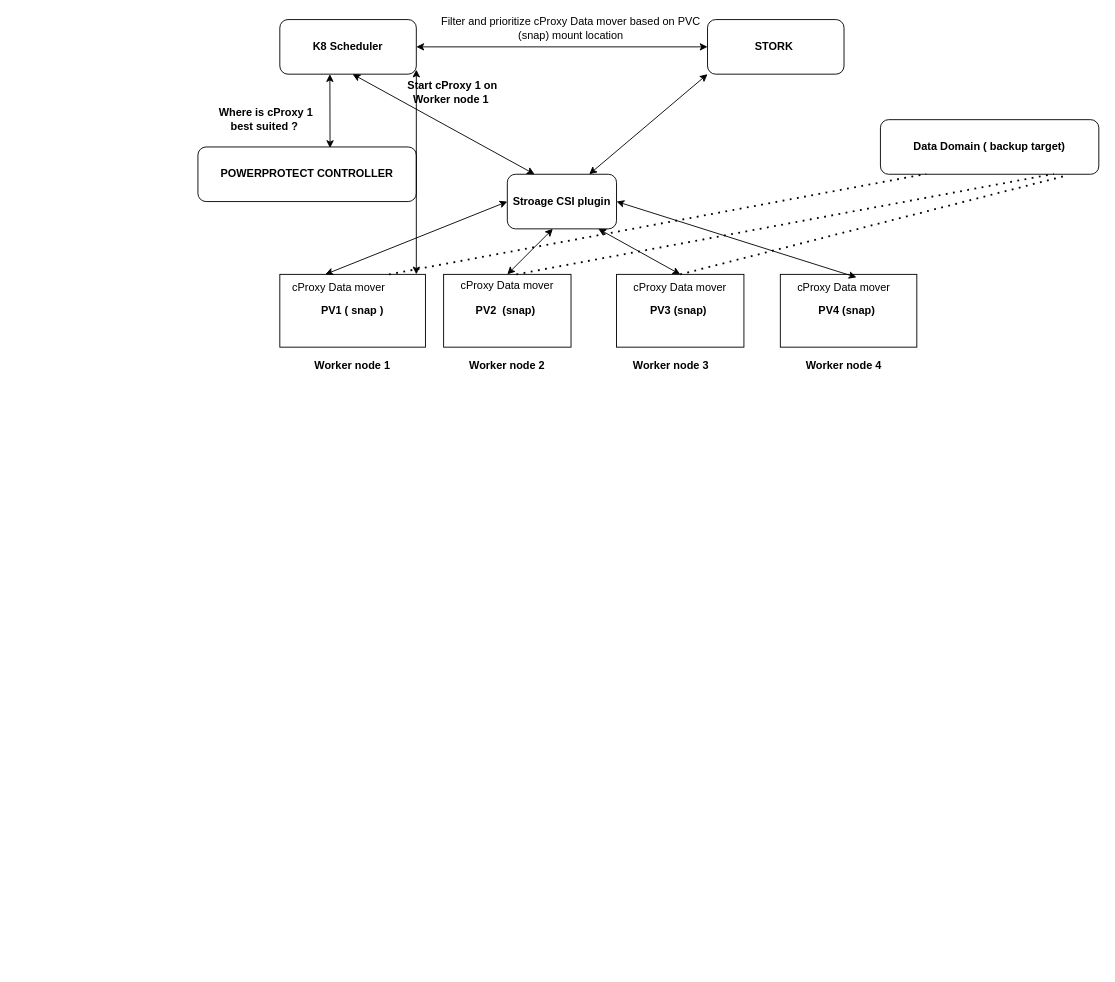
Above: STORK_K8.drawio in anandreddy86/StoragePerfDocs (draw.io), before the change. Source tidied: cells renumbered, new cells numbered last; positions are measured from the earlier drawing's top-left corner, leaving out a move shared by most shapes. Both pictures are drawn from the tidied source at 91%, with x=0, y=0 at pixel (197, 19).
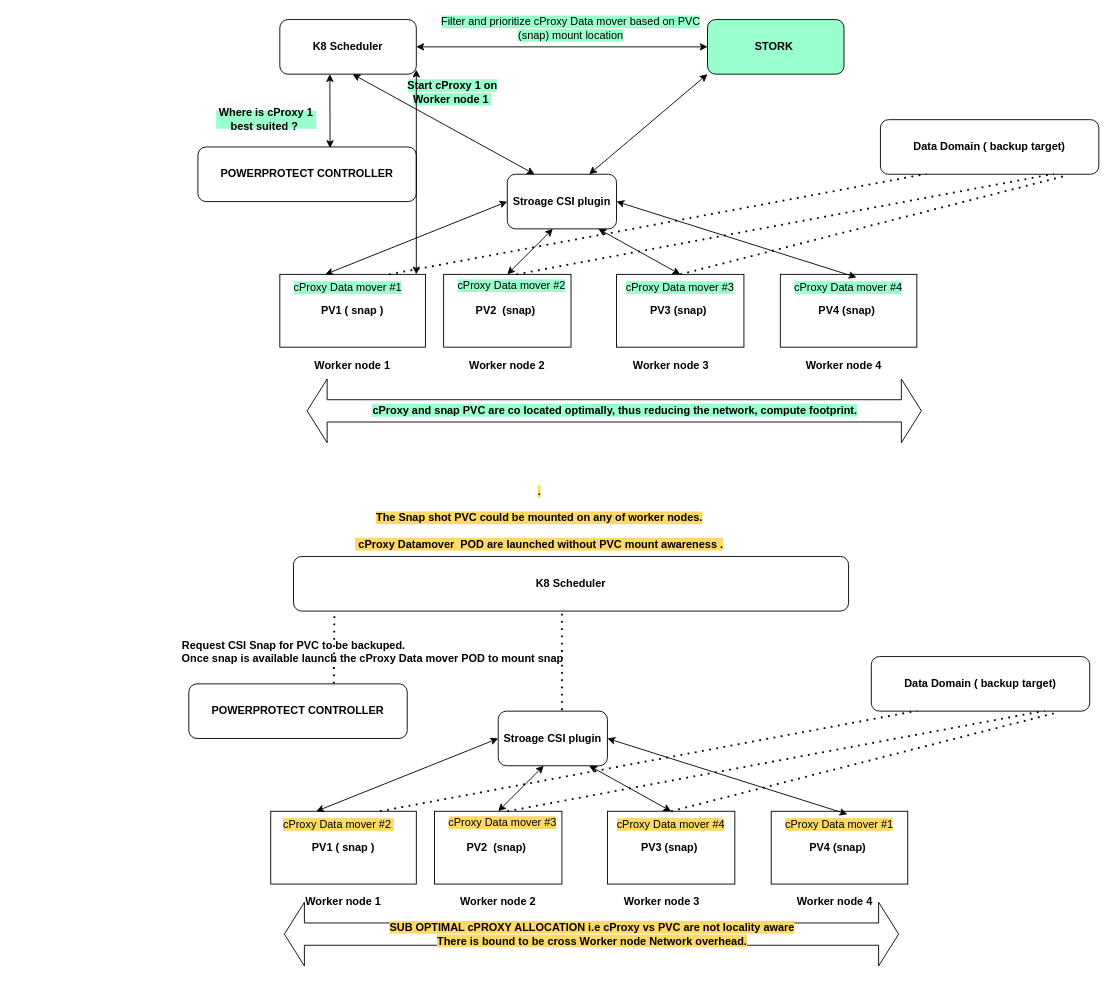
Above is the later version.

The edit, as a diff of the source:
```diff
@@
-    <mxCell id="3" value="&lt;b&gt;STORK&amp;nbsp;&lt;/b&gt;" style="rounded=1;whiteSpace=wrap;html=1;" parent="1" vertex="1">
+    <mxCell id="3" value="&lt;b&gt;STORK&amp;nbsp;&lt;/b&gt;" style="rounded=1;whiteSpace=wrap;html=1;fillColor=#99FFCC;" parent="1" vertex="1">
       <mxGeometry x="560" width="150" height="60" as="geometry" />
     </mxCell>
@@
-    <mxCell id="9" value="cProxy Data mover" style="text;html=1;strokeColor=none;fillColor=none;align=center;verticalAlign=middle;whiteSpace=wrap;rounded=0;" parent="1" vertex="1">
-      <mxGeometry x="100" y="290" width="110" height="10" as="geometry" />
+    <mxCell id="9" value="&lt;span style=&quot;background-color: rgb(153 , 255 , 204)&quot;&gt;cProxy Data mover #1&lt;/span&gt;" style="text;html=1;strokeColor=none;fillColor=none;align=center;verticalAlign=middle;whiteSpace=wrap;rounded=0;" parent="1" vertex="1">
+      <mxGeometry x="100" y="290" width="130" height="10" as="geometry" />
     </mxCell>
@@
-    <mxCell id="11" value="cProxy Data mover" style="text;html=1;strokeColor=none;fillColor=none;align=center;verticalAlign=middle;whiteSpace=wrap;rounded=0;" parent="1" vertex="1">
-      <mxGeometry x="280" y="285" width="120" height="15" as="geometry" />
+    <mxCell id="11" value="&lt;span style=&quot;background-color: rgb(153 , 255 , 204)&quot;&gt;cProxy Data mover #2&lt;/span&gt;" style="text;html=1;strokeColor=none;fillColor=none;align=center;verticalAlign=middle;whiteSpace=wrap;rounded=0;" parent="1" vertex="1">
+      <mxGeometry x="280" y="285" width="130" height="15" as="geometry" />
     </mxCell>
@@
-    <mxCell id="13" value="cProxy Data mover" style="text;html=1;strokeColor=none;fillColor=none;align=center;verticalAlign=middle;whiteSpace=wrap;rounded=0;" parent="1" vertex="1">
+    <mxCell id="13" value="&lt;span style=&quot;background-color: rgb(153 , 255 , 204)&quot;&gt;cProxy Data mover #3&lt;/span&gt;" style="text;html=1;strokeColor=none;fillColor=none;align=center;verticalAlign=middle;whiteSpace=wrap;rounded=0;" parent="1" vertex="1">
       <mxGeometry x="465" y="285" width="130" height="20" as="geometry" />
     </mxCell>
@@
-    <mxCell id="15" value="cProxy Data mover" style="text;html=1;strokeColor=none;fillColor=none;align=center;verticalAlign=middle;whiteSpace=wrap;rounded=0;" parent="1" vertex="1">
-      <mxGeometry x="650" y="285" width="120" height="20" as="geometry" />
+    <mxCell id="15" value="&lt;span style=&quot;background-color: rgb(153 , 255 , 204)&quot;&gt;cProxy Data mover #4&lt;/span&gt;" style="text;html=1;strokeColor=none;fillColor=none;align=center;verticalAlign=middle;whiteSpace=wrap;rounded=0;" parent="1" vertex="1">
+      <mxGeometry x="650" y="285" width="130" height="20" as="geometry" />
     </mxCell>
@@
-    <mxCell id="29" value="Filter and prioritize cProxy Data mover based on PVC (snap) mount location" style="text;html=1;strokeColor=none;fillColor=none;align=center;verticalAlign=middle;whiteSpace=wrap;rounded=0;" parent="1" vertex="1">
+    <mxCell id="29" value="&lt;span style=&quot;background-color: rgb(153 , 255 , 204)&quot;&gt;Filter and prioritize cProxy Data mover based on PVC (snap) mount location&lt;/span&gt;" style="text;html=1;strokeColor=none;fillColor=none;align=center;verticalAlign=middle;whiteSpace=wrap;rounded=0;" parent="1" vertex="1">
       <mxGeometry x="260" width="300" height="20" as="geometry" />
     </mxCell>
@@
-    <mxCell id="31" value="&lt;b&gt;Start cProxy 1 on Worker node 1&amp;nbsp;&lt;/b&gt;" style="text;html=1;strokeColor=none;fillColor=none;align=center;verticalAlign=middle;whiteSpace=wrap;rounded=0;" parent="1" vertex="1">
+    <mxCell id="31" value="&lt;b style=&quot;background-color: rgb(153 , 255 , 204)&quot;&gt;Start cProxy 1 on Worker node 1&amp;nbsp;&lt;/b&gt;" style="text;html=1;strokeColor=none;fillColor=none;align=center;verticalAlign=middle;whiteSpace=wrap;rounded=0;" parent="1" vertex="1">
       <mxGeometry x="210" y="70" width="140" height="20" as="geometry" />
     </mxCell>
-    <mxCell id="32" value="&lt;b&gt;Where is cProxy 1 best suited ?&amp;nbsp;&lt;/b&gt;" style="text;html=1;strokeColor=none;fillColor=none;align=center;verticalAlign=middle;whiteSpace=wrap;rounded=0;" parent="1" vertex="1">
+    <mxCell id="32" value="&lt;b&gt;Where is cProxy 1 best suited ?&amp;nbsp;&lt;/b&gt;" style="text;html=1;strokeColor=none;fillColor=#99FFCC;align=center;verticalAlign=middle;whiteSpace=wrap;rounded=0;" parent="1" vertex="1">
       <mxGeometry x="20" y="100" width="110" height="20" as="geometry" />
     </mxCell>
@@
+    <mxCell id="34" value="&lt;b&gt;K8 Scheduler&lt;/b&gt;" style="rounded=1;whiteSpace=wrap;html=1;" parent="1" vertex="1">
+      <mxGeometry x="105" y="590" width="610" height="60" as="geometry" />
+    </mxCell>
+    <mxCell id="35" value="&lt;b&gt;Stroage CSI plugin&lt;/b&gt;" style="rounded=1;whiteSpace=wrap;html=1;" parent="1" vertex="1">
+      <mxGeometry x="330" y="760" width="120" height="60" as="geometry" />
+    </mxCell>
+    <mxCell id="36" value="&lt;b&gt;PV1 ( snap )&lt;/b&gt;" style="rounded=0;whiteSpace=wrap;html=1;" parent="1" vertex="1">
+      <mxGeometry x="80" y="870" width="160" height="80" as="geometry" />
+    </mxCell>
+    <mxCell id="37" value="&lt;span style=&quot;background-color: rgb(255 , 217 , 102)&quot;&gt;cProxy Data mover #2&amp;nbsp;&lt;/span&gt;" style="text;html=1;strokeColor=none;fillColor=none;align=center;verticalAlign=middle;whiteSpace=wrap;rounded=0;" parent="1" vertex="1">
+      <mxGeometry x="90" y="880" width="130" height="10" as="geometry" />
+    </mxCell>
+    <mxCell id="38" value="&lt;b&gt;PV2&amp;nbsp; (snap)&amp;nbsp;&lt;/b&gt;" style="rounded=0;whiteSpace=wrap;html=1;" parent="1" vertex="1">
+      <mxGeometry x="260" y="870" width="140" height="80" as="geometry" />
+    </mxCell>
+    <mxCell id="39" value="&lt;span style=&quot;background-color: rgb(255 , 217 , 102)&quot;&gt;cProxy Data mover #3&lt;/span&gt;" style="text;html=1;strokeColor=none;fillColor=none;align=center;verticalAlign=middle;whiteSpace=wrap;rounded=0;" parent="1" vertex="1">
+      <mxGeometry x="270" y="875" width="130" height="15" as="geometry" />
+    </mxCell>
+    <mxCell id="40" value="&lt;b&gt;PV3 (snap)&amp;nbsp;&lt;/b&gt;" style="rounded=0;whiteSpace=wrap;html=1;" parent="1" vertex="1">
+      <mxGeometry x="450" y="870" width="140" height="80" as="geometry" />
+    </mxCell>
+    <mxCell id="41" value="&lt;span style=&quot;background-color: rgb(255 , 217 , 102)&quot;&gt;cProxy Data mover #4&lt;/span&gt;" style="text;html=1;strokeColor=none;fillColor=none;align=center;verticalAlign=middle;whiteSpace=wrap;rounded=0;" parent="1" vertex="1">
+      <mxGeometry x="455" y="875" width="130" height="20" as="geometry" />
+    </mxCell>
+    <mxCell id="42" value="&lt;b&gt;PV4 (snap)&amp;nbsp;&lt;/b&gt;" style="rounded=0;whiteSpace=wrap;html=1;" parent="1" vertex="1">
+      <mxGeometry x="630" y="870" width="150" height="80" as="geometry" />
+    </mxCell>
+    <mxCell id="43" value="&lt;span style=&quot;background-color: rgb(255 , 217 , 102)&quot;&gt;cProxy Data mover #1&lt;/span&gt;" style="text;html=1;strokeColor=none;fillColor=none;align=center;verticalAlign=middle;whiteSpace=wrap;rounded=0;" parent="1" vertex="1">
+      <mxGeometry x="640" y="875" width="130" height="20" as="geometry" />
+    </mxCell>
+    <mxCell id="44" value="&lt;b&gt;POWERPROTECT CONTROLLER&lt;/b&gt;" style="rounded=1;whiteSpace=wrap;html=1;" parent="1" vertex="1">
+      <mxGeometry x="-10" y="730" width="240" height="60" as="geometry" />
+    </mxCell>
+    <mxCell id="45" style="endArrow=classic;startArrow=classic;html=1;entryX=0;entryY=0.5;entryDx=0;entryDy=0;" parent="1" edge="1" target="35">
+      <mxGeometry relative="1" as="geometry">
+        <mxPoint x="130" y="870" as="sourcePoint" />
+      </mxGeometry>
+    </mxCell>
+    <mxCell id="46" style="endArrow=classic;startArrow=classic;html=1;" parent="1" edge="1">
+      <mxGeometry relative="1" as="geometry">
+        <mxPoint x="330" y="870" as="sourcePoint" />
+        <mxPoint x="380" y="820" as="targetPoint" />
+      </mxGeometry>
+    </mxCell>
+    <mxCell id="47" style="endArrow=classic;startArrow=classic;html=1;exitX=0.5;exitY=0;exitDx=0;exitDy=0;" parent="1" edge="1" source="40">
+      <mxGeometry relative="1" as="geometry">
+        <mxPoint x="430" y="820" as="targetPoint" />
+      </mxGeometry>
+    </mxCell>
+    <mxCell id="48" style="endArrow=classic;startArrow=classic;html=1;entryX=0.558;entryY=0.041;entryDx=0;entryDy=0;entryPerimeter=0;" parent="1" edge="1" target="42">
+      <mxGeometry relative="1" as="geometry">
+        <mxPoint x="450" y="790" as="sourcePoint" />
+      </mxGeometry>
+    </mxCell>
+    <mxCell id="49" value="&lt;b&gt;Data Domain ( backup target)&lt;/b&gt;" style="rounded=1;whiteSpace=wrap;html=1;" parent="1" vertex="1">
+      <mxGeometry x="740" y="700" width="240" height="60" as="geometry" />
+    </mxCell>
+    <mxCell id="50" value="&lt;b&gt;Worker node 1&lt;/b&gt;" style="text;html=1;strokeColor=none;fillColor=none;align=center;verticalAlign=middle;whiteSpace=wrap;rounded=0;" parent="1" vertex="1">
+      <mxGeometry x="110" y="960" width="100" height="20" as="geometry" />
+    </mxCell>
+    <mxCell id="51" value="&lt;b&gt;Worker node 2&lt;/b&gt;" style="text;html=1;strokeColor=none;fillColor=none;align=center;verticalAlign=middle;whiteSpace=wrap;rounded=0;" parent="1" vertex="1">
+      <mxGeometry x="280" y="960" width="100" height="20" as="geometry" />
+    </mxCell>
+    <mxCell id="52" value="&lt;b&gt;Worker node 3&lt;/b&gt;" style="text;html=1;strokeColor=none;fillColor=none;align=center;verticalAlign=middle;whiteSpace=wrap;rounded=0;" parent="1" vertex="1">
+      <mxGeometry x="460" y="960" width="100" height="20" as="geometry" />
+    </mxCell>
+    <mxCell id="53" value="&lt;b&gt;Worker node 4&lt;/b&gt;" style="text;html=1;strokeColor=none;fillColor=none;align=center;verticalAlign=middle;whiteSpace=wrap;rounded=0;" parent="1" vertex="1">
+      <mxGeometry x="650" y="960" width="100" height="20" as="geometry" />
+    </mxCell>
+    <mxCell id="54" style="endArrow=none;dashed=1;html=1;dashPattern=1 3;strokeWidth=2;entryX=0.21;entryY=0.993;entryDx=0;entryDy=0;entryPerimeter=0;" parent="1" edge="1" target="49">
+      <mxGeometry relative="1" as="geometry">
+        <mxPoint x="200" y="870" as="sourcePoint" />
+      </mxGeometry>
+    </mxCell>
+    <mxCell id="55" style="endArrow=none;dashed=1;html=1;dashPattern=1 3;strokeWidth=2;entryX=0.21;entryY=0.993;entryDx=0;entryDy=0;entryPerimeter=0;" parent="1" edge="1">
+      <mxGeometry relative="1" as="geometry">
+        <mxPoint x="340" y="870" as="sourcePoint" />
+        <mxPoint x="930.4" y="759.6" as="targetPoint" />
+      </mxGeometry>
+    </mxCell>
+    <mxCell id="56" style="endArrow=none;dashed=1;html=1;dashPattern=1 3;strokeWidth=2;entryX=0.839;entryY=1.037;entryDx=0;entryDy=0;entryPerimeter=0;" parent="1" edge="1" target="49">
+      <mxGeometry relative="1" as="geometry">
+        <mxPoint x="520" y="870" as="sourcePoint" />
+      </mxGeometry>
+    </mxCell>
+    <mxCell id="57" value="&lt;b&gt;&lt;span style=&quot;background-color: rgb(255 , 255 , 255)&quot;&gt;Request CSI Snap for PVC to be backuped.&lt;br&gt;&amp;nbsp; &amp;nbsp; &amp;nbsp; &amp;nbsp; &amp;nbsp; &amp;nbsp; &amp;nbsp; &amp;nbsp; &amp;nbsp; &amp;nbsp; &amp;nbsp; &amp;nbsp; &amp;nbsp; &amp;nbsp; &amp;nbsp; &amp;nbsp; &amp;nbsp; &amp;nbsp; &amp;nbsp; &amp;nbsp; &amp;nbsp; &amp;nbsp; &amp;nbsp; &amp;nbsp; &amp;nbsp; &amp;nbsp; Once snap is available launch the cProxy Data mover POD to mount snap&lt;/span&gt;&lt;br&gt;&lt;/b&gt;" style="text;html=1;align=center;verticalAlign=middle;" parent="1" vertex="1">
+      <mxGeometry x="-200" y="680" width="610" height="30" as="geometry" />
+    </mxCell>
+    <mxCell id="58" value="&lt;span style=&quot;background-color: rgb(255 , 217 , 102)&quot;&gt;&lt;b&gt;.&lt;br&gt;&lt;br&gt;The Snap shot PVC could be mounted on any of worker nodes.&lt;br&gt;&lt;br&gt;&lt;/b&gt;&lt;b&gt;&amp;nbsp;cProxy Datamover&amp;nbsp; POD are launched without PVC mount awareness&lt;/b&gt;&lt;/span&gt;&lt;b&gt;&lt;span style=&quot;background-color: rgb(255 , 217 , 102)&quot;&gt;&amp;nbsp;.&lt;br&gt;&lt;/span&gt;&lt;br&gt;&lt;/b&gt;" style="text;html=1;align=center;verticalAlign=middle;" parent="1" vertex="1">
+      <mxGeometry x="165" y="510" width="420" height="90" as="geometry" />
+    </mxCell>
+    <mxCell id="59" style="endArrow=none;dashed=1;html=1;dashPattern=1 3;strokeWidth=2;exitX=0.584;exitY=-0.019;exitDx=0;exitDy=0;exitPerimeter=0;" parent="1" edge="1" source="35">
+      <mxGeometry relative="1" as="geometry">
+        <mxPoint x="400" y="650" as="targetPoint" />
+      </mxGeometry>
+    </mxCell>
+    <mxCell id="60" style="endArrow=none;dashed=1;html=1;dashPattern=1 3;strokeWidth=2;exitX=0.664;exitY=-0.007;exitDx=0;exitDy=0;exitPerimeter=0;" parent="1" edge="1" source="44">
+      <mxGeometry relative="1" as="geometry">
+        <mxPoint x="150" y="650" as="targetPoint" />
+      </mxGeometry>
+    </mxCell>
+    <mxCell id="61" value="&lt;b style=&quot;background-color: rgb(255 , 217 , 102)&quot;&gt;SUB OPTIMAL cPROXY ALLOCATION i.e cProxy vs PVC are not locality aware&lt;br&gt;There is bound to be cross Worker node Network overhead.&lt;/b&gt;" style="html=1;shadow=0;dashed=0;align=center;verticalAlign=middle;shape=mxgraph.arrows2.twoWayArrow;dy=0.65;dx=22;fillColor=#FFFFFF;" parent="1" vertex="1">
+      <mxGeometry x="95" y="970" width="675" height="70" as="geometry" />
+    </mxCell>
+    <mxCell id="62" value="&lt;b style=&quot;background-color: rgb(153 , 255 , 204)&quot;&gt;cProxy and snap PVC are co located optimally, thus reducing the network, compute footprint.&lt;/b&gt;" style="html=1;shadow=0;dashed=0;align=center;verticalAlign=middle;shape=mxgraph.arrows2.twoWayArrow;dy=0.65;dx=22;fillColor=#FFFFFF;" parent="1" vertex="1">
+      <mxGeometry x="120" y="395" width="675" height="70" as="geometry" />
+    </mxCell>
```
